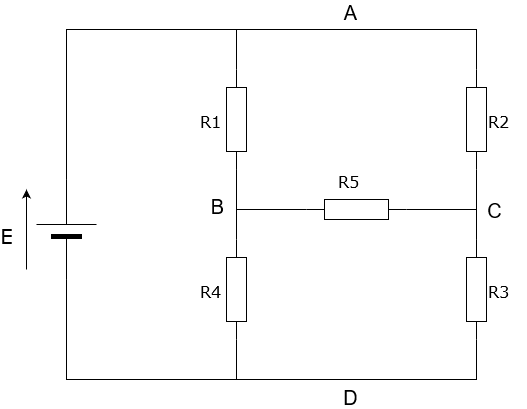
Above: modele_pont.png in msilanus/weightMesure (draw.io), before the change. Source tidied: cells renumbered, new cells last; positions are measured from the earlier drawing's top-left corner, leaving out a move shared by most shapes.
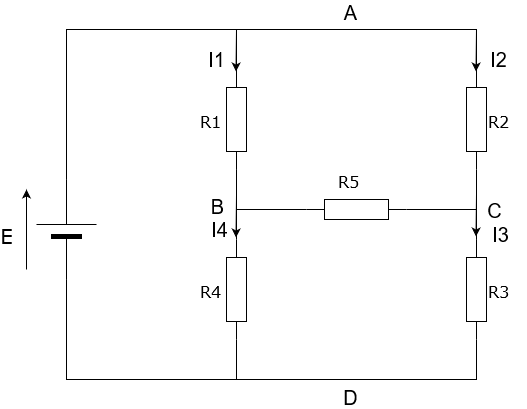
After the change.

The edit, as a diff of the source:
```diff
@@ -107,5 +107,41 @@
         <mxPoint x="144" y="198" as="offset" />
       </mxGeometry>
     </mxCell>
+    <mxCell id="26" style="endArrow=classic;html=1;fontSize=20;" parent="1" edge="1">
+      <mxGeometry relative="1" as="geometry">
+        <mxPoint x="220" y="18" as="sourcePoint" />
+        <mxPoint x="219.5" y="60" as="targetPoint" />
+      </mxGeometry>
+    </mxCell>
+    <mxCell id="27" value="I1" style="text;html=1;align=center;verticalAlign=middle;fontSize=20;" parent="1" vertex="1">
+      <mxGeometry x="185" y="33" width="30" height="30" as="geometry" />
+    </mxCell>
+    <mxCell id="28" style="endArrow=classic;html=1;fontSize=20;" parent="1" edge="1">
+      <mxGeometry relative="1" as="geometry">
+        <mxPoint x="460" y="18" as="sourcePoint" />
+        <mxPoint x="459.5" y="60" as="targetPoint" />
+      </mxGeometry>
+    </mxCell>
+    <mxCell id="29" value="I2" style="text;html=1;align=center;verticalAlign=middle;fontSize=20;" parent="1" vertex="1">
+      <mxGeometry x="467" y="33" width="30" height="30" as="geometry" />
+    </mxCell>
+    <mxCell id="30" style="endArrow=classic;html=1;fontSize=20;" parent="1" edge="1">
+      <mxGeometry relative="1" as="geometry">
+        <mxPoint x="460" y="183" as="sourcePoint" />
+        <mxPoint x="459.5" y="225" as="targetPoint" />
+      </mxGeometry>
+    </mxCell>
+    <mxCell id="31" value="I3" style="text;html=1;align=center;verticalAlign=middle;fontSize=20;" parent="1" vertex="1">
+      <mxGeometry x="469" y="208" width="30" height="30" as="geometry" />
+    </mxCell>
+    <mxCell id="32" style="endArrow=classic;html=1;fontSize=20;" parent="1" edge="1">
+      <mxGeometry relative="1" as="geometry">
+        <mxPoint x="220" y="184" as="sourcePoint" />
+        <mxPoint x="219.5" y="226" as="targetPoint" />
+      </mxGeometry>
+    </mxCell>
+    <mxCell id="33" value="I4" style="text;html=1;align=center;verticalAlign=middle;fontSize=20;" parent="1" vertex="1">
+      <mxGeometry x="188" y="203" width="30" height="30" as="geometry" />
+    </mxCell>
   </root>
 </mxGraphModel>
```
